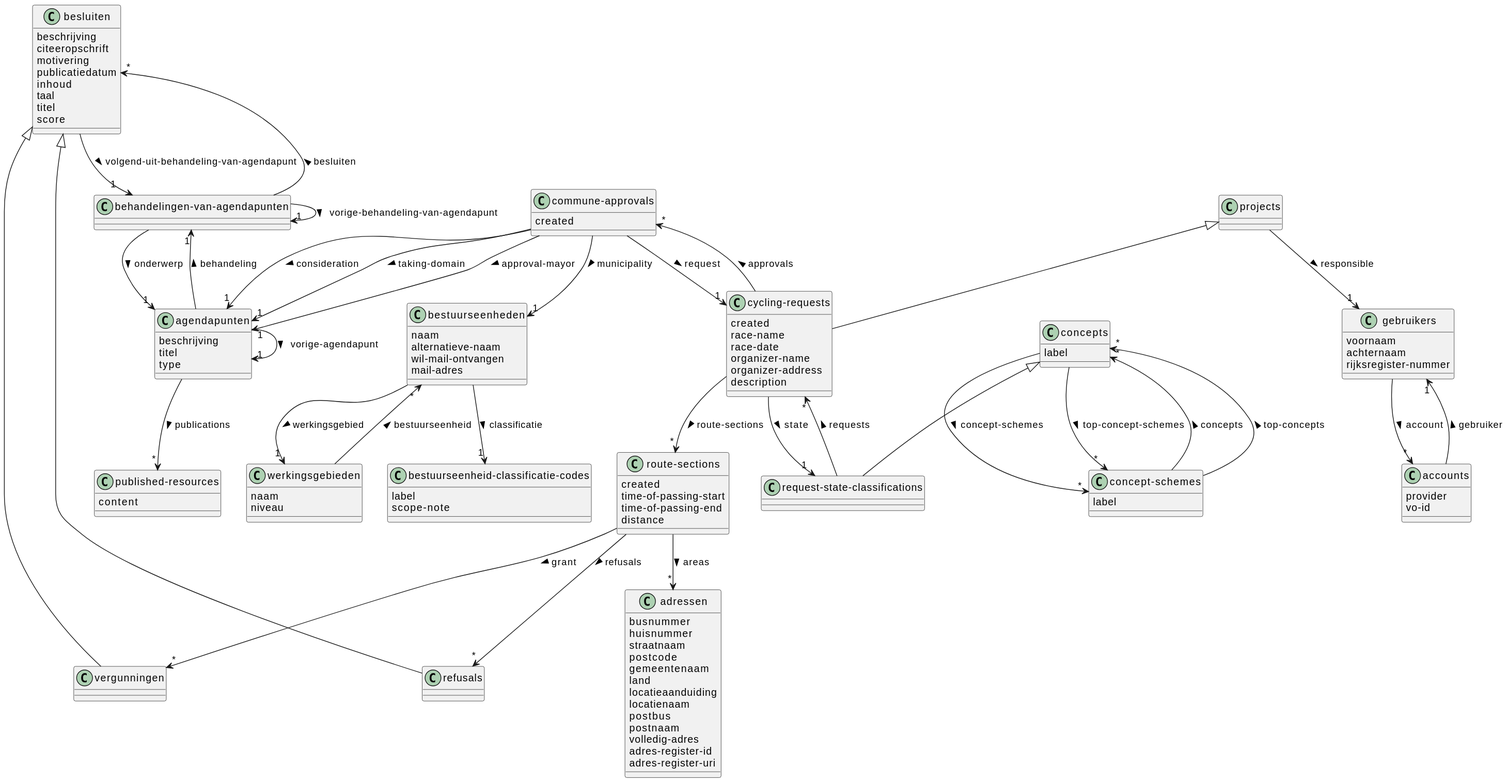
Earlier version of the PlantUML export doc/jsonapi-domain.svg (lblod/app-cycling-requests-group-10).
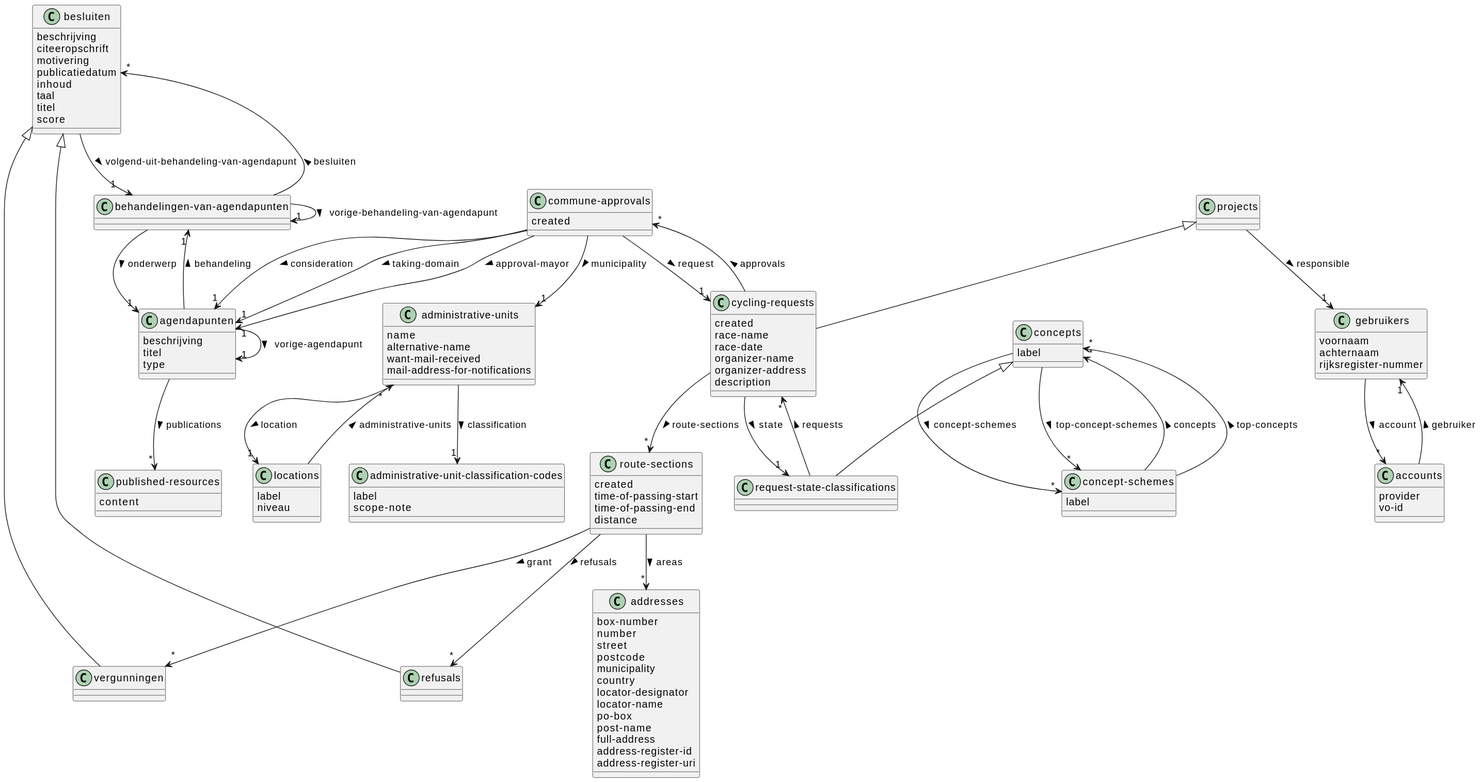
After the change.

What changed in the source:
```diff
@@ -5,17 +5,20 @@
 "route-sections" : time-of-passing-start
 "route-sections" : time-of-passing-end
 "route-sections" : distance
-"route-sections" --> "*" "adressen" : areas >
+"route-sections" --> "*" "addresses" : areas >
 "route-sections" --> "*" "vergunningen" : grant >
 "route-sections" --> "*" "refusals" : refusals >
+class "administrative-units"
+"administrative-units" : name
+"administrative-units" : alternative-name
+"administrative-units" : want-mail-received
+"administrative-units" : mail-address-for-notifications
+"administrative-units" --> "1" "locations" : location >
+"administrative-units" --> "1" "administrative-unit-classification-codes" : classification >
 class "projects"
 "projects" --> "1" "gebruikers" : responsible >
 class "vergunningen"
 "besluiten" <|-- "vergunningen"
-class "werkingsgebieden"
-"werkingsgebieden" : naam
-"werkingsgebieden" : niveau
-"werkingsgebieden" --> "*" "bestuurseenheden" : bestuurseenheid >
 class "gebruikers"
 "gebruikers" : voornaam
 "gebruikers" : achternaam
@@ -27,27 +30,13 @@
 "concepts" --> "*" "concept-schemes" : top-concept-schemes >
 class "commune-approvals"
 "commune-approvals" : created
-"commune-approvals" --> "1" "bestuurseenheden" : municipality >
+"commune-approvals" --> "1" "administrative-units" : municipality >
 "commune-approvals" --> "1" "cycling-requests" : request >
 "commune-approvals" --> "1" "agendapunten" : consideration >
 "commune-approvals" --> "1" "agendapunten" : taking-domain >
 "commune-approvals" --> "1" "agendapunten" : approval-mayor >
 class "refusals"
 "besluiten" <|-- "refusals"
-class "adressen"
-"adressen" : busnummer
-"adressen" : huisnummer
-"adressen" : straatnaam
-"adressen" : postcode
-"adressen" : gemeentenaam
-"adressen" : land
-"adressen" : locatieaanduiding
-"adressen" : locatienaam
-"adressen" : postbus
-"adressen" : postnaam
-"adressen" : volledig-adres
-"adressen" : adres-register-id
-"adressen" : adres-register-uri
 class "agendapunten"
 "agendapunten" : beschrijving
 "agendapunten" : titel
@@ -89,18 +78,29 @@
 "cycling-requests" --> "*" "route-sections" : route-sections >
 "cycling-requests" --> "*" "commune-approvals" : approvals >
 "projects" <|-- "cycling-requests"
-class "bestuurseenheden"
-"bestuurseenheden" : naam
-"bestuurseenheden" : alternatieve-naam
-"bestuurseenheden" : wil-mail-ontvangen
-"bestuurseenheden" : mail-adres
-"bestuurseenheden" --> "1" "werkingsgebieden" : werkingsgebied >
-"bestuurseenheden" --> "1" "bestuurseenheid-classificatie-codes" : classificatie >
+class "addresses"
+"addresses" : box-number
+"addresses" : number
+"addresses" : street
+"addresses" : postcode
+"addresses" : municipality
+"addresses" : country
+"addresses" : locator-designator
+"addresses" : locator-name
+"addresses" : po-box
+"addresses" : post-name
+"addresses" : full-address
+"addresses" : address-register-id
+"addresses" : address-register-uri
+class "locations"
+"locations" : label
+"locations" : niveau
+"locations" --> "*" "administrative-units" : administrative-units >
 class "concept-schemes"
 "concept-schemes" : label
 "concept-schemes" --> "*" "concepts" : concepts >
 "concept-schemes" --> "*" "concepts" : top-concepts >
-class "bestuurseenheid-classificatie-codes"
-"bestuurseenheid-classificatie-codes" : label
-"bestuurseenheid-classificatie-codes" : scope-note
+class "administrative-unit-classification-codes"
+"administrative-unit-classification-codes" : label
+"administrative-unit-classification-codes" : scope-note
 @enduml
```
